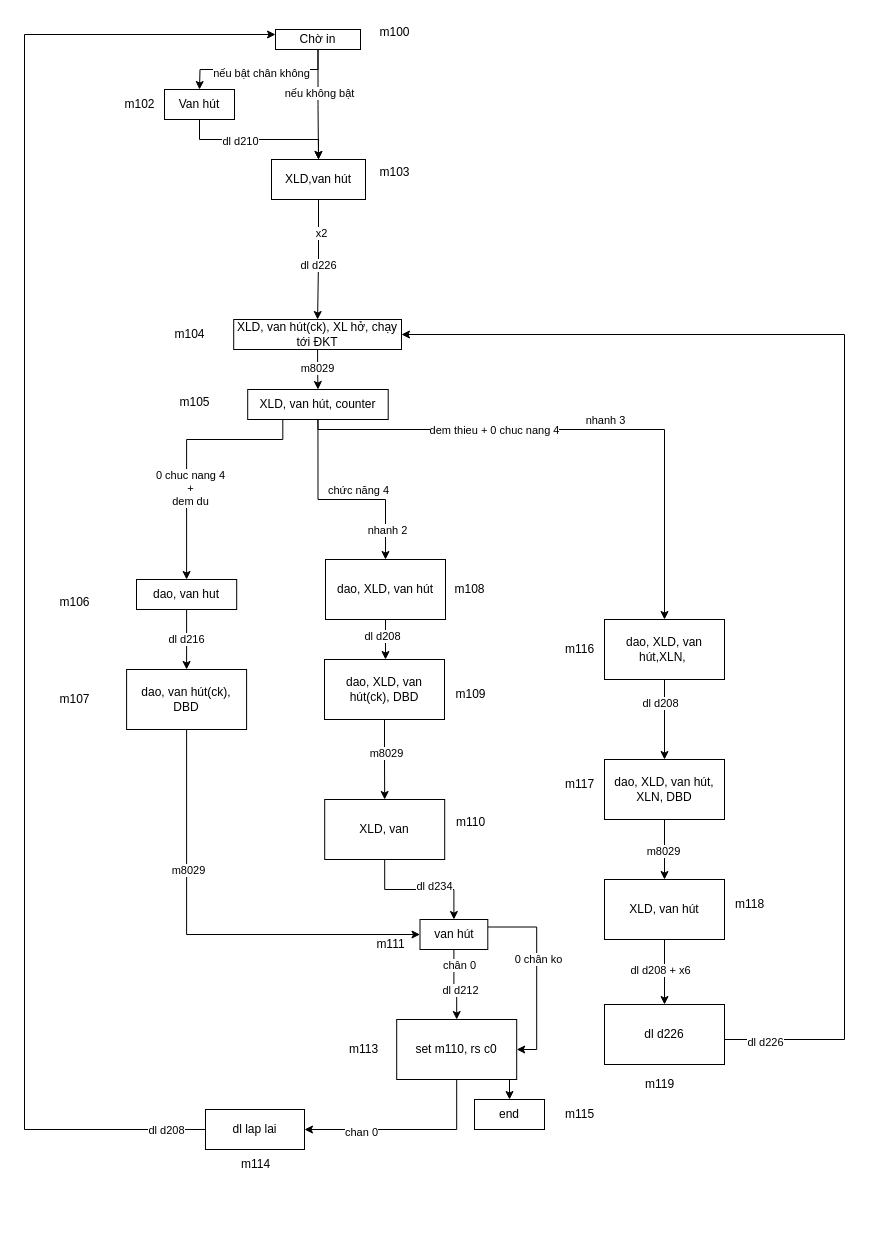
robowindgit/a0-quyencun keeps this draw.io diagram as trai muc truoc.drawio. Above is the earlier version. Source tidied: cells renumbered, new cells numbered last; positions are measured from the earlier drawing's top-left corner, leaving out a move shared by most shapes. Both pictures are drawn from the tidied source at 100%, with x=0, y=0 at pixel (24, 17).
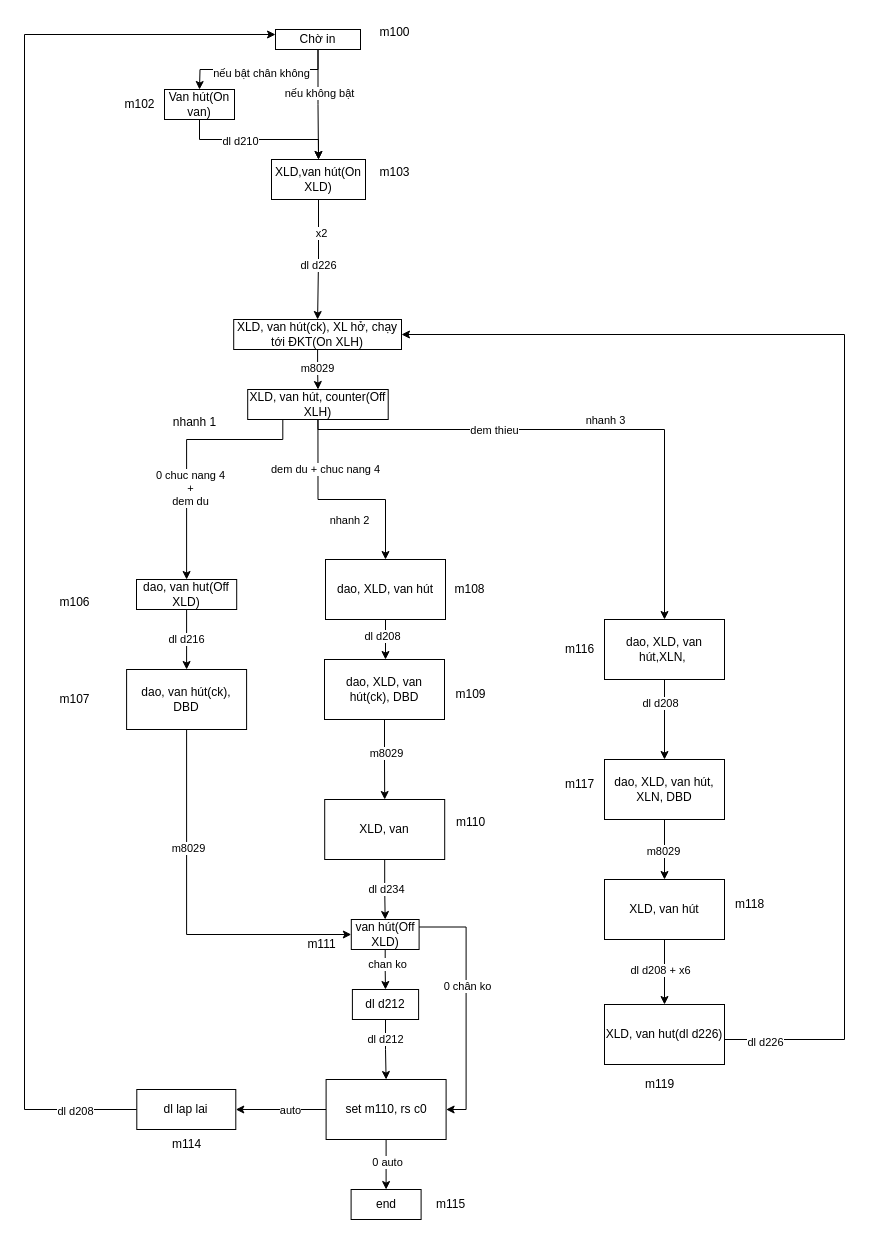
The same diagram, later.

Commit message:
Cập nhật trai muc truoc.drawio

The change refers to these unchanged cells:
```xml
<mxCell id="7" value="Chờ in" style="rounded=0;whiteSpace=wrap;html=1;" parent="1" vertex="1">
  <mxGeometry x="251" y="12" width="85" height="20" as="geometry" />
</mxCell>
<mxCell id="18" style="edgeStyle=orthogonalEdgeStyle;rounded=0;jettySize=auto;html=1;exitX=0.5;exitY=1;exitDx=0;exitDy=0;entryX=0.5;entryY=0;entryDx=0;entryDy=0;" parent="1" edge="1" source="26" target="53">
  <mxGeometry relative="1" as="geometry">
    <Array as="points">
      <mxPoint x="294" y="412" />
      <mxPoint x="640" y="412" />
    </Array>
  </mxGeometry>
</mxCell>
<mxCell id="21" style="edgeStyle=orthogonalEdgeStyle;rounded=0;jettySize=auto;html=1;exitX=0.5;exitY=1;exitDx=0;exitDy=0;entryX=0.5;entryY=0;entryDx=0;entryDy=0;" parent="1" edge="1" source="26" target="34">
  <mxGeometry relative="1" as="geometry">
    <Array as="points">
      <mxPoint x="294" y="482" />
      <mxPoint x="361" y="482" />
    </Array>
  </mxGeometry>
</mxCell>
<mxCell id="38" style="edgeStyle=orthogonalEdgeStyle;rounded=0;jettySize=auto;html=1;exitX=0.5;exitY=1;exitDx=0;exitDy=0;entryX=0.5;entryY=0;entryDx=0;entryDy=0;" parent="1" edge="1" source="40" target="46">
  <mxGeometry relative="1" as="geometry" />
</mxCell>
```

What changed in the source:
```diff
@@
-    <mxCell id="10" value="Van hút" style="whiteSpace=wrap;html=1;" parent="1" vertex="1">
+    <mxCell id="10" value="Van hút(On van)" style="whiteSpace=wrap;html=1;" parent="1" vertex="1">
       <mxGeometry x="140" y="72" width="70" height="30" as="geometry" />
     </mxCell>
@@
-    <mxCell id="14" value="XLD,van hút" style="whiteSpace=wrap;html=1;" parent="1" vertex="1">
+    <mxCell id="14" value="XLD,van hút(On XLD)" style="whiteSpace=wrap;html=1;" parent="1" vertex="1">
       <mxGeometry x="247" y="142" width="94" height="40" as="geometry" />
     </mxCell>
@@
-    <mxCell id="17" value="XLD, van hút(ck), XL hở, chạy tới ĐKT" style="whiteSpace=wrap;html=1;" parent="1" vertex="1">
+    <mxCell id="17" value="XLD, van hút(ck), XL hở, chạy tới ĐKT(On XLH)" style="whiteSpace=wrap;html=1;" parent="1" vertex="1">
       <mxGeometry x="209.2" y="302" width="167.8" height="30" as="geometry" />
     </mxCell>
@@
-    <mxCell id="19" value="dem thieu + 0 chuc nang 4" style="edgeLabel;html=1;align=center;verticalAlign=middle;" parent="18" vertex="1">
+    <mxCell id="19" value="dem thieu" style="edgeLabel;html=1;align=center;verticalAlign=middle;" parent="18" vertex="1">
       <mxGeometry x="-0.41" relative="1" as="geometry">
         <mxPoint x="25" as="offset" />
       </mxGeometry>
     </mxCell>
@@
-    <mxCell id="22" value="chức năng 4" style="edgeLabel;html=1;align=center;verticalAlign=middle;" parent="21" vertex="1">
-      <mxGeometry x="0.02" relative="1" as="geometry">
-        <mxPoint x="14" y="-10" as="offset" />
-      </mxGeometry>
-    </mxCell>
     <mxCell id="23" value="nhanh 2" style="edgeLabel;html=1;align=center;verticalAlign=middle;" parent="21" vertex="1">
       <mxGeometry x="0.59" y="1" relative="1" as="geometry">
-        <mxPoint y="13" as="offset" />
+        <mxPoint x="-38" y="3" as="offset" />
       </mxGeometry>
     </mxCell>
+    <mxCell id="85" value="dem du + chuc nang 4" style="edgeLabel;html=1;align=center;verticalAlign=middle;" parent="21" vertex="1">
+      <mxGeometry x="-0.59" y="3" relative="1" as="geometry">
+        <mxPoint x="4" y="7" as="offset" />
+      </mxGeometry>
+    </mxCell>
@@
-    <mxCell id="26" value="XLD, van hút, counter" style="whiteSpace=wrap;html=1;" parent="1" vertex="1">
+    <mxCell id="26" value="XLD, van hút, counter(Off XLH)" style="whiteSpace=wrap;html=1;" parent="1" vertex="1">
       <mxGeometry x="223.2" y="372" width="140.5" height="30" as="geometry" />
     </mxCell>
-    <mxCell id="27" value="dao, van hut" style="whiteSpace=wrap;html=1;" parent="1" vertex="1">
+    <mxCell id="27" value="dao, van hut(Off XLD)" style="whiteSpace=wrap;html=1;" parent="1" vertex="1">
       <mxGeometry x="112" y="562" width="100.2" height="30" as="geometry" />
     </mxCell>
@@
     <mxCell id="39" value="dl d234" style="edgeLabel;html=1;align=center;verticalAlign=middle;" parent="38" vertex="1">
-      <mxGeometry x="0.22" y="4" relative="1" as="geometry" />
+      <mxGeometry x="0.22" y="4" relative="1" as="geometry">
+        <mxPoint x="-3" y="-7" as="offset" />
+      </mxGeometry>
     </mxCell>
@@
-    <mxCell id="41" style="edgeStyle=orthogonalEdgeStyle;rounded=0;jettySize=auto;html=1;exitX=0.5;exitY=1;exitDx=0;exitDy=0;entryX=0.5;entryY=0;entryDx=0;entryDy=0;" parent="1" edge="1" source="46" target="50">
-      <mxGeometry relative="1" as="geometry" />
-    </mxCell>
-    <mxCell id="42" value="dl d212" style="edgeLabel;html=1;align=center;verticalAlign=middle;" parent="41" vertex="1">
-      <mxGeometry x="0.06" y="3" relative="1" as="geometry">
-        <mxPoint y="4" as="offset" />
-      </mxGeometry>
-    </mxCell>
-    <mxCell id="43" value="chân 0" style="edgeLabel;html=1;align=center;verticalAlign=middle;" parent="41" vertex="1">
-      <mxGeometry x="-0.58" y="5" relative="1" as="geometry" />
-    </mxCell>
@@
+    <mxCell id="86" style="edgeStyle=orthogonalEdgeStyle;rounded=0;jettySize=auto;html=1;exitX=0.5;exitY=1;exitDx=0;exitDy=0;entryX=0.5;entryY=0;entryDx=0;entryDy=0;" parent="1" edge="1" source="46" target="91">
+      <mxGeometry relative="1" as="geometry" />
+    </mxCell>
+    <mxCell id="87" value="chan ko" style="edgeLabel;html=1;align=center;verticalAlign=middle;" parent="86" vertex="1">
+      <mxGeometry x="-0.29" y="2" relative="1" as="geometry" />
+    </mxCell>
-    <mxCell id="46" value="van hút" style="whiteSpace=wrap;html=1;" parent="1" vertex="1">
-      <mxGeometry x="395.5" y="902" width="67.8" height="30" as="geometry" />
+    <mxCell id="46" value="van hút(Off XLD)" style="whiteSpace=wrap;html=1;" parent="1" vertex="1">
+      <mxGeometry x="326.8" y="902" width="67.8" height="30" as="geometry" />
     </mxCell>
-    <mxCell id="47" style="edgeStyle=orthogonalEdgeStyle;rounded=0;jettySize=auto;html=1;exitX=0.75;exitY=1;exitDx=0;exitDy=0;entryX=0.5;entryY=0;entryDx=0;entryDy=0;" parent="1" edge="1" source="50" target="63">
+    <mxCell id="47" style="edgeStyle=orthogonalEdgeStyle;rounded=0;jettySize=auto;html=1;exitX=0.5;exitY=1;exitDx=0;exitDy=0;entryX=0.5;entryY=0;entryDx=0;entryDy=0;" parent="1" edge="1" source="50" target="63">
       <mxGeometry relative="1" as="geometry" />
     </mxCell>
+    <mxCell id="88" value="0 auto" style="edgeLabel;html=1;align=center;verticalAlign=middle;" parent="47" vertex="1">
+      <mxGeometry x="-0.13" y="1" relative="1" as="geometry" />
+    </mxCell>
-    <mxCell id="48" style="edgeStyle=orthogonalEdgeStyle;rounded=0;jettySize=auto;html=1;exitX=0.5;exitY=1;exitDx=0;exitDy=0;entryX=1;entryY=0.5;entryDx=0;entryDy=0;" parent="1" edge="1" source="50" target="79">
+    <mxCell id="48" style="edgeStyle=orthogonalEdgeStyle;rounded=0;jettySize=auto;html=1;exitX=0;exitY=0.5;exitDx=0;exitDy=0;entryX=1;entryY=0.5;entryDx=0;entryDy=0;" parent="1" edge="1" source="50" target="79">
       <mxGeometry relative="1" as="geometry" />
     </mxCell>
-    <mxCell id="49" value="chan 0" style="edgeLabel;html=1;align=center;verticalAlign=middle;" parent="48" vertex="1">
-      <mxGeometry x="0.44" y="2" relative="1" as="geometry" />
-    </mxCell>
+    <mxCell id="89" value="auto" style="edgeLabel;html=1;align=center;verticalAlign=middle;" parent="48" vertex="1">
+      <mxGeometry x="0.39" y="1" relative="1" as="geometry">
+        <mxPoint x="27" y="-1" as="offset" />
+      </mxGeometry>
+    </mxCell>
     <mxCell id="50" value="set m110, rs c0" style="whiteSpace=wrap;html=1;" parent="1" vertex="1">
-      <mxGeometry x="372.2" y="1002" width="120" height="60" as="geometry" />
+      <mxGeometry x="301.6" y="1062" width="120" height="60" as="geometry" />
     </mxCell>
@@
-    <mxCell id="62" value="dl d226" style="whiteSpace=wrap;html=1;" parent="1" vertex="1">
+    <mxCell id="62" value="XLD, van hut(dl d226)" style="whiteSpace=wrap;html=1;" parent="1" vertex="1">
       <mxGeometry x="580" y="987" width="120" height="60" as="geometry" />
     </mxCell>
     <mxCell id="63" value="end" style="whiteSpace=wrap;html=1;" parent="1" vertex="1">
-      <mxGeometry x="450" y="1082" width="70" height="30" as="geometry" />
+      <mxGeometry x="326.6" y="1172" width="70" height="30" as="geometry" />
     </mxCell>
@@
-    <mxCell id="67" value="m104" style="text;html=1;align=center;verticalAlign=middle;strokeColor=none;fillColor=none;" parent="1" vertex="1">
-      <mxGeometry x="140" y="302" width="50" height="30" as="geometry" />
-    </mxCell>
-    <mxCell id="68" value="m105" style="text;html=1;align=center;verticalAlign=middle;strokeColor=none;fillColor=none;" parent="1" vertex="1">
-      <mxGeometry x="145" y="370" width="50" height="30" as="geometry" />
-    </mxCell>
@@
     <mxCell id="74" value="m111" style="text;html=1;align=center;verticalAlign=middle;strokeColor=none;fillColor=none;" parent="1" vertex="1">
-      <mxGeometry x="341" y="912" width="50" height="30" as="geometry" />
+      <mxGeometry x="272.3" y="912" width="50" height="30" as="geometry" />
     </mxCell>
-    <mxCell id="75" value="m113" style="text;html=1;align=center;verticalAlign=middle;strokeColor=none;fillColor=none;" parent="1" vertex="1">
-      <mxGeometry x="313.8" y="1017" width="50" height="30" as="geometry" />
-    </mxCell>
     <mxCell id="76" value="m115" style="text;html=1;align=center;verticalAlign=middle;strokeColor=none;fillColor=none;" parent="1" vertex="1">
-      <mxGeometry x="530" y="1082" width="50" height="30" as="geometry" />
+      <mxGeometry x="401.3" y="1172" width="50" height="30" as="geometry" />
     </mxCell>
     <mxCell id="77" style="edgeStyle=orthogonalEdgeStyle;rounded=0;jettySize=auto;html=1;exitX=0;exitY=0.5;exitDx=0;exitDy=0;entryX=0;entryY=0.25;entryDx=0;entryDy=0;" parent="1" edge="1" source="79" target="7">
       <mxGeometry relative="1" as="geometry">
         <Array as="points">
-          <mxPoint y="1112" />
+          <mxPoint y="1092" />
           <mxPoint y="17" />
         </Array>
       </mxGeometry>
     </mxCell>
     <mxCell id="78" value="dl d208" style="edgeLabel;html=1;align=center;verticalAlign=middle;" parent="77" vertex="1">
       <mxGeometry x="-0.83" y="1" relative="1" as="geometry">
-        <mxPoint x="90" y="-1" as="offset" />
+        <mxPoint x="51" y="11" as="offset" />
       </mxGeometry>
     </mxCell>
     <mxCell id="79" value="dl lap lai" style="whiteSpace=wrap;html=1;" parent="1" vertex="1">
-      <mxGeometry x="181" y="1092" width="99" height="40" as="geometry" />
+      <mxGeometry x="112.3" y="1072" width="99" height="40" as="geometry" />
     </mxCell>
     <mxCell id="80" value="m114" style="text;html=1;align=center;verticalAlign=middle;strokeColor=none;fillColor=none;" parent="1" vertex="1">
-      <mxGeometry x="205.5" y="1132" width="50" height="30" as="geometry" />
+      <mxGeometry x="136.8" y="1112" width="50" height="30" as="geometry" />
     </mxCell>
@@
+    <mxCell id="90" style="edgeStyle=orthogonalEdgeStyle;rounded=0;jettySize=auto;html=1;exitX=0.5;exitY=1;exitDx=0;exitDy=0;entryX=0.5;entryY=0;entryDx=0;entryDy=0;" parent="1" edge="1" source="91" target="50">
+      <mxGeometry relative="1" as="geometry" />
+    </mxCell>
+    <mxCell id="42" value="dl d212" style="edgeLabel;html=1;align=center;verticalAlign=middle;" parent="90" vertex="1">
+      <mxGeometry x="-0.38" y="-1" relative="1" as="geometry" />
+    </mxCell>
+    <mxCell id="91" value="dl d212" style="whiteSpace=wrap;html=1;" parent="1" vertex="1">
+      <mxGeometry x="327.9" y="972" width="66.2" height="30" as="geometry" />
+    </mxCell>
+    <mxCell id="92" value="nhanh 1" style="text;html=1;align=center;verticalAlign=middle;strokeColor=none;fillColor=none;" parent="1" vertex="1">
+      <mxGeometry x="135" y="390" width="70" height="30" as="geometry" />
+    </mxCell>
```
